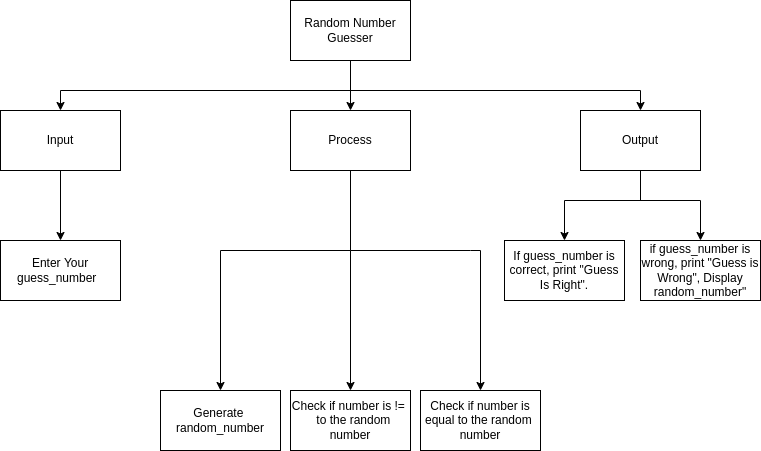
Above: TopDown.png in JacksonNaufal/ICS3U-Unit3-07-Python (draw.io), before the change. Source tidied: cells renumbered, new cells last; positions are measured from the earlier drawing's top-left corner, leaving out a move shared by most shapes.
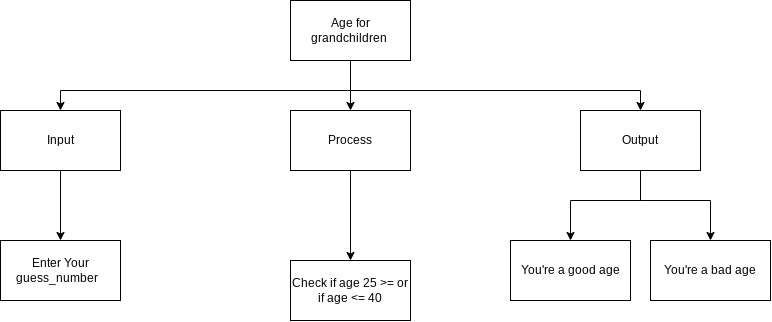
The same file after the commit.

The edit, as a diff of the source:
```diff
@@ -21,7 +21,7 @@
         </Array>
       </mxGeometry>
     </mxCell>
-    <mxCell id="5" value="Random Number Guesser" style="rounded=0;whiteSpace=wrap;html=1;" parent="1" vertex="1">
+    <mxCell id="5" value="Age for grandchildren&amp;nbsp;" style="rounded=0;whiteSpace=wrap;html=1;" parent="1" vertex="1">
       <mxGeometry x="290" width="120" height="60" as="geometry" />
     </mxCell>
     <mxCell id="6" style="edgeStyle=none;html=1;" parent="1" edge="1" source="7" target="16">
@@ -40,54 +40,34 @@
         <mxPoint x="350" y="250" as="sourcePoint" />
       </mxGeometry>
     </mxCell>
-    <mxCell id="10" style="edgeStyle=none;rounded=0;html=1;entryX=0.5;entryY=0;entryDx=0;entryDy=0;endArrow=classic;endFill=1;" parent="1" edge="1" target="19">
-      <mxGeometry relative="1" as="geometry">
-        <mxPoint x="350" y="250" as="sourcePoint" />
-        <Array as="points">
-          <mxPoint x="470" y="250" />
-          <mxPoint x="480" y="250" />
-        </Array>
-      </mxGeometry>
-    </mxCell>
-    <mxCell id="11" style="edgeStyle=none;html=1;entryX=0.5;entryY=0;entryDx=0;entryDy=0;rounded=0;" parent="1" edge="1" target="23">
-      <mxGeometry relative="1" as="geometry">
-        <mxPoint x="350" y="250" as="sourcePoint" />
-        <Array as="points">
-          <mxPoint x="220" y="250" />
-        </Array>
-      </mxGeometry>
-    </mxCell>
     <mxCell id="12" value="Process" style="rounded=0;whiteSpace=wrap;html=1;" parent="1" vertex="1">
       <mxGeometry x="290" y="110" width="120" height="60" as="geometry" />
     </mxCell>
     <mxCell id="13" style="edgeStyle=none;rounded=0;html=1;entryX=0.5;entryY=0;entryDx=0;entryDy=0;" parent="1" edge="1" target="18">
       <mxGeometry relative="1" as="geometry">
-        <mxPoint x="564" y="200" as="sourcePoint" />
+        <mxPoint x="570" y="200" as="sourcePoint" />
       </mxGeometry>
     </mxCell>
-    <mxCell id="14" style="edgeStyle=none;rounded=0;html=1;endArrow=classic;endFill=1;" parent="1" edge="1" target="20">
-      <mxGeometry relative="1" as="geometry">
-        <mxPoint x="700" y="200" as="sourcePoint" />
-      </mxGeometry>
-    </mxCell>
+    <mxCell id="24" style="edgeStyle=none;html=1;entryX=0.5;entryY=0;entryDx=0;entryDy=0;exitX=0.5;exitY=1;exitDx=0;exitDy=0;rounded=0;" parent="1" edge="1" source="15" target="11">
+      <mxGeometry relative="1" as="geometry">
+        <Array as="points">
+          <mxPoint x="640" y="200" />
+          <mxPoint x="710" y="200" />
+        </Array>
+      </mxGeometry>
+    </mxCell>
     <mxCell id="15" value="Output" style="rounded=0;whiteSpace=wrap;html=1;" parent="1" vertex="1">
       <mxGeometry x="580" y="110" width="120" height="60" as="geometry" />
     </mxCell>
     <mxCell id="16" value="Enter Your guess_number&amp;nbsp;&amp;nbsp;" style="rounded=0;whiteSpace=wrap;html=1;" parent="1" vertex="1">
       <mxGeometry y="240" width="120" height="60" as="geometry" />
     </mxCell>
-    <mxCell id="17" value="Check if number is !=&amp;nbsp; &amp;nbsp; to the random number" style="rounded=0;whiteSpace=wrap;html=1;" parent="1" vertex="1">
-      <mxGeometry x="290" y="390" width="120" height="60" as="geometry" />
+    <mxCell id="17" value="Check if age 25 &amp;gt;= or if age &amp;lt;= 40" style="rounded=0;whiteSpace=wrap;html=1;" parent="1" vertex="1">
+      <mxGeometry x="290" y="260" width="120" height="60" as="geometry" />
     </mxCell>
-    <mxCell id="18" value="If guess_number is correct, print &quot;Guess Is Right&quot;." style="rounded=0;whiteSpace=wrap;html=1;" parent="1" vertex="1">
-      <mxGeometry x="504" y="240" width="120" height="60" as="geometry" />
+    <mxCell id="18" value="You're a good age" style="rounded=0;whiteSpace=wrap;html=1;" parent="1" vertex="1">
+      <mxGeometry x="510" y="240" width="120" height="60" as="geometry" />
     </mxCell>
-    <mxCell id="19" value="Check if number is equal to the random&amp;nbsp;&lt;span style=&quot;color: rgba(0 , 0 , 0 , 0) ; font-family: monospace ; font-size: 0px&quot;&gt;%3CmxGraphModel%3E%3Croot%3E%3CmxCell%20id%3D%220%22%2F%3E%3CmxCell%20id%3D%221%22%20parent%3D%220%22%2F%3E%3CmxCell%20id%3D%222%22%20value%3D%22Check%20if%20number%20is%20%26amp%3Bgt%3B%20than%20the%20chosen%20number%22%20style%3D%22rounded%3D0%3BwhiteSpace%3Dwrap%3Bhtml%3D1%3B%22%20vertex%3D%221%22%20parent%3D%221%22%3E%3CmxGeometry%20x%3D%22170%22%20y%3D%22-240%22%20width%3D%22120%22%20height%3D%2260%22%20as%3D%22geometry%22%2F%3E%3C%2FmxCell%3E%3C%2Froot%3E%3C%2FmxGraphModel%3E&lt;/span&gt;&lt;br&gt;number" style="rounded=0;whiteSpace=wrap;html=1;" parent="1" vertex="1">
-      <mxGeometry x="420" y="390" width="120" height="60" as="geometry" />
-    </mxCell>
-    <mxCell id="20" value="if guess_number is wrong, print &quot;Guess is Wrong&quot;, Display random_number&quot;" style="rounded=0;whiteSpace=wrap;html=1;" parent="1" vertex="1">
-      <mxGeometry x="640" y="240" width="120" height="60" as="geometry" />
-    </mxCell>
     <mxCell id="21" style="endArrow=none;html=1;rounded=0;exitX=0.5;exitY=1;exitDx=0;exitDy=0;" parent="1" edge="1" source="15">
       <mxGeometry relative="1" as="geometry">
         <mxPoint x="640" y="200" as="targetPoint" />
@@ -95,12 +75,12 @@
     </mxCell>
     <mxCell id="22" style="endArrow=none;html=1;rounded=0;" parent="1" edge="1">
       <mxGeometry relative="1" as="geometry">
-        <mxPoint x="700" y="200" as="sourcePoint" />
-        <mxPoint x="564" y="200" as="targetPoint" />
+        <mxPoint x="640" y="200" as="sourcePoint" />
+        <mxPoint x="570" y="200" as="targetPoint" />
       </mxGeometry>
     </mxCell>
-    <mxCell id="23" value="Generate&amp;nbsp; random_number" style="rounded=0;whiteSpace=wrap;html=1;" parent="1" vertex="1">
-      <mxGeometry x="160" y="390" width="120" height="60" as="geometry" />
-    </mxCell>
+    <mxCell id="11" value="You're a bad age" style="rounded=0;whiteSpace=wrap;html=1;" parent="1" vertex="1">
+      <mxGeometry x="650" y="240" width="120" height="60" as="geometry" />
+    </mxCell>
   </root>
 </mxGraphModel>
```
